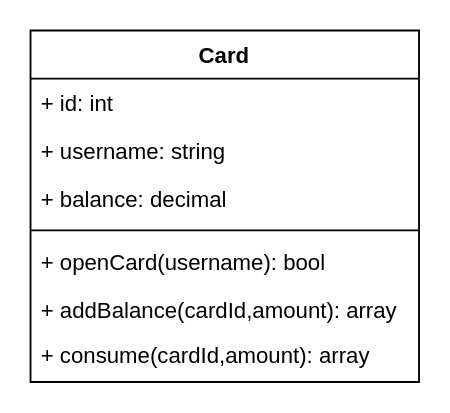
Before: time.geekbang/卡组件类图.drawio in chenlongqiang/draw.io, a draw.io diagram. Source tidied: cells renumbered, new cells numbered last; positions are measured from the earlier drawing's top-left corner, leaving out a move shared by most shapes. Both pictures are drawn from the tidied source at 185%, with x=0, y=0 at pixel (30, 30).
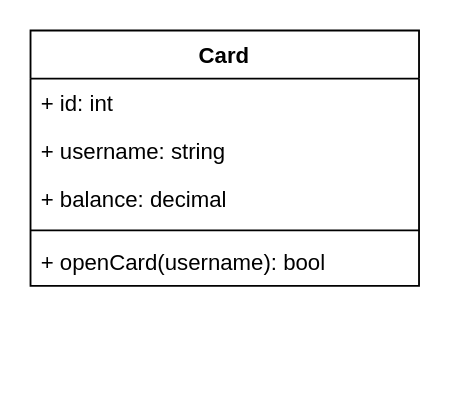
The same page after the edit.

Commit message:
更新卡组件类图.drawio

Diff of the diagram source:
```diff
@@
 <mxGraphModel background="#ffffff">
   <root>
     <mxCell id="0" />
     <mxCell id="1" parent="0" />
     <mxCell id="2" value="Card" style="swimlane;fontStyle=1;align=center;verticalAlign=top;horizontal=1;startSize=26;" parent="1" vertex="1">
-      <mxGeometry width="210" height="190" as="geometry" />
+      <mxGeometry width="210" height="138" as="geometry" />
     </mxCell>
     <mxCell id="3" value="+ id: int" style="text;strokeColor=none;fillColor=none;align=left;verticalAlign=top;spacingLeft=4;spacingRight=4;overflow=hidden;" parent="2" vertex="1">
       <mxGeometry y="26" width="210" height="26" as="geometry" />
     </mxCell>
     <mxCell id="4" value="+ username: string" style="text;strokeColor=none;fillColor=none;align=left;verticalAlign=top;spacingLeft=4;spacingRight=4;overflow=hidden;" parent="2" vertex="1">
       <mxGeometry y="52" width="210" height="26" as="geometry" />
     </mxCell>
     <mxCell id="5" value="+ balance: decimal" style="text;strokeColor=none;fillColor=none;align=left;verticalAlign=top;spacingLeft=4;spacingRight=4;overflow=hidden;" parent="2" vertex="1">
       <mxGeometry y="78" width="210" height="26" as="geometry" />
     </mxCell>
     <mxCell id="6" style="line;strokeWidth=1;fillColor=none;align=left;verticalAlign=middle;spacingTop=-1;spacingLeft=3;spacingRight=3;labelPosition=right;" parent="2" vertex="1">
       <mxGeometry y="104" width="210" height="8" as="geometry" />
     </mxCell>
     <mxCell id="7" value="+ openCard(username): bool" style="text;strokeColor=none;fillColor=none;align=left;verticalAlign=top;spacingLeft=4;spacingRight=4;overflow=hidden;" parent="2" vertex="1">
       <mxGeometry y="112" width="210" height="26" as="geometry" />
     </mxCell>
-    <mxCell id="8" value="+ addBalance(cardId,amount): array" style="text;strokeColor=none;fillColor=none;align=left;verticalAlign=top;spacingLeft=4;spacingRight=4;overflow=hidden;" parent="2" vertex="1">
-      <mxGeometry y="138" width="210" height="24" as="geometry" />
-    </mxCell>
-    <mxCell id="9" value="+ consume(cardId,amount): array" style="text;strokeColor=none;fillColor=none;align=left;verticalAlign=top;spacingLeft=4;spacingRight=4;overflow=hidden;" parent="2" vertex="1">
-      <mxGeometry y="162" width="210" height="28" as="geometry" />
-    </mxCell>
   </root>
 </mxGraphModel>
```
